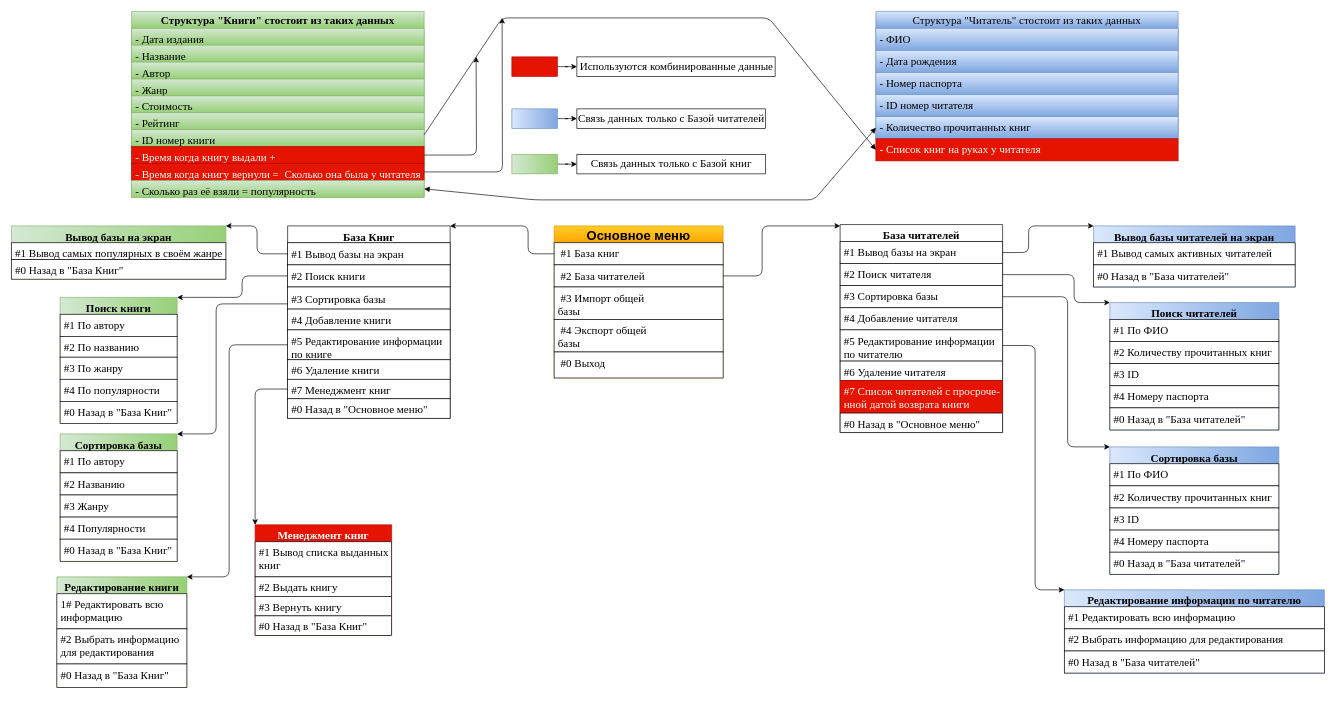
Earlier version of the draw.io diagram Application operation diagram.drawio (KvasAL/Digital-Library). Source tidied: cells renumbered, new cells numbered last; positions are measured from the earlier drawing's top-left corner, leaving out a move shared by most shapes. Both pictures are drawn from the tidied source at 65%, with x=0, y=0 at pixel (11, 11).
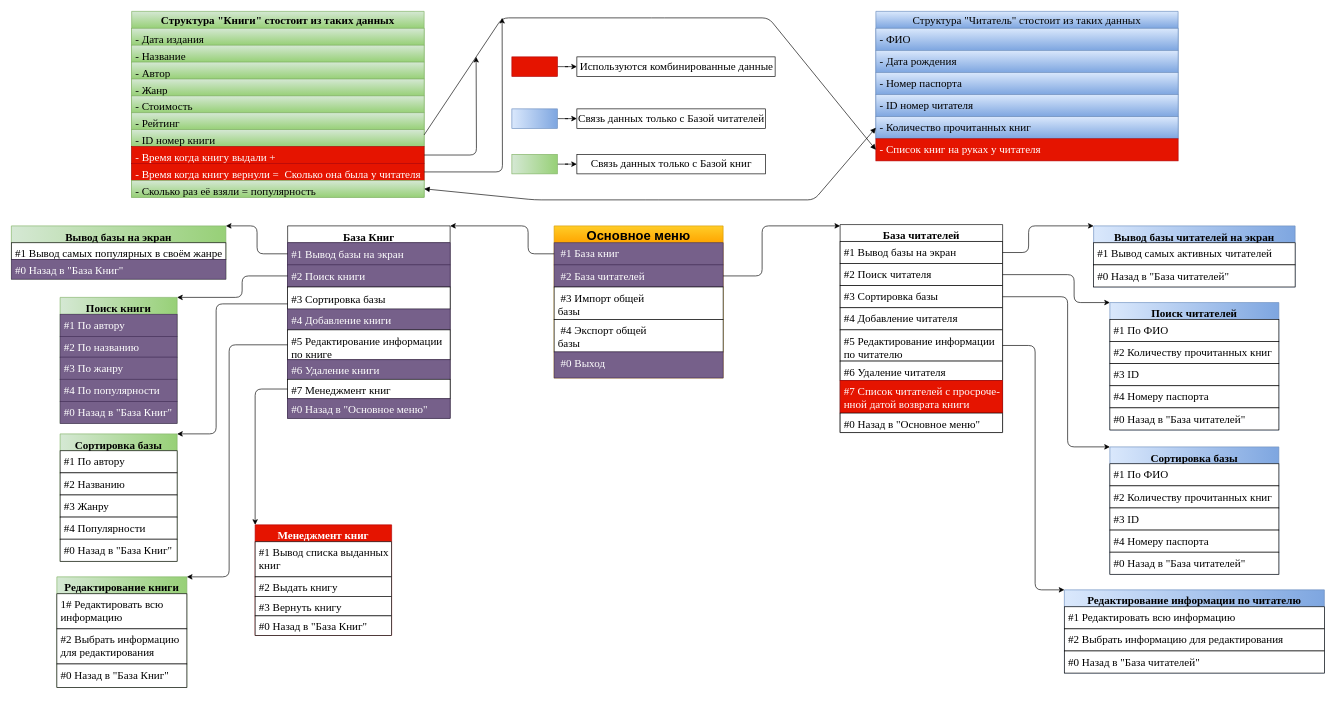
The same page after the edit.

The change refers to these unchanged cells:
```xml
<mxCell id="2" value="Основное меню" style="swimlane;fontStyle=1;horizontal=1;startSize=26;rounded=0;sketch=0;fontSize=20;fillColor=#ffcd28;gradientColor=#ffa500;strokeColor=#d79b00;" parent="1" vertex="1">
  <mxGeometry x="835" y="330" width="260" height="234" as="geometry" />
</mxCell>
<mxCell id="8" value="База Книг" style="swimlane;fontStyle=1;align=center;verticalAlign=top;horizontal=1;startSize=26;rounded=0;shadow=0;glass=0;sketch=0;fontFamily=Times New Roman;fontSize=17;strokeColor=default;strokeWidth=1;fillColor=default;gradientColor=none;gradientDirection=east;" parent="1" vertex="1">
  <mxGeometry x="425" y="330" width="250" height="296" as="geometry" />
</mxCell>
<mxCell id="17" value="Вывод базы на экран" style="swimlane;fontStyle=1;align=center;verticalAlign=top;horizontal=1;startSize=26;rounded=0;shadow=0;glass=0;sketch=0;fontFamily=Times New Roman;fontSize=17;strokeColor=#82b366;strokeWidth=1;fillColor=#d5e8d4;gradientDirection=east;gradientColor=#97d077;" parent="1" vertex="1">
  <mxGeometry y="330" width="330" height="82" as="geometry" />
</mxCell>
<mxCell id="20" value="Поиск книги" style="swimlane;fontStyle=1;align=center;verticalAlign=top;horizontal=1;startSize=26;rounded=0;shadow=0;glass=0;sketch=0;fontFamily=Times New Roman;fontSize=17;strokeColor=#82b366;strokeWidth=1;fillColor=#d5e8d4;gradientDirection=east;gradientColor=#97d077;" parent="1" vertex="1">
  <mxGeometry x="75" y="440" width="180" height="194" as="geometry" />
</mxCell>
```

Diff of the diagram source:
```diff
@@
-    <mxCell id="3" value=" #1 База книг" style="text;strokeColor=default;fillColor=default;align=left;verticalAlign=top;spacingLeft=4;spacingRight=4;overflow=hidden;points=[[0,0.5],[1,0.5]];portConstraint=eastwest;rounded=0;sketch=0;fontSize=17;fontFamily=Times New Roman;" parent="2" vertex="1">
+    <mxCell id="3" value=" #1 База книг" style="text;strokeColor=#432D57;fillColor=#76608a;align=left;verticalAlign=top;spacingLeft=4;spacingRight=4;overflow=hidden;points=[[0,0.5],[1,0.5]];portConstraint=eastwest;rounded=0;sketch=0;fontSize=17;fontFamily=Times New Roman;fontColor=#ffffff;" parent="2" vertex="1">
       <mxGeometry y="26" width="260" height="34" as="geometry" />
     </mxCell>
-    <mxCell id="4" value=" #2 База читателей" style="text;strokeColor=default;fillColor=default;align=left;verticalAlign=top;spacingLeft=4;spacingRight=4;overflow=hidden;points=[[0,0.5],[1,0.5]];portConstraint=eastwest;rounded=0;sketch=0;fontSize=17;fontFamily=Times New Roman;" parent="2" vertex="1">
+    <mxCell id="4" value=" #2 База читателей" style="text;strokeColor=#432D57;fillColor=#76608a;align=left;verticalAlign=top;spacingLeft=4;spacingRight=4;overflow=hidden;points=[[0,0.5],[1,0.5]];portConstraint=eastwest;rounded=0;sketch=0;fontSize=17;fontFamily=Times New Roman;fontColor=#ffffff;" parent="2" vertex="1">
       <mxGeometry y="60" width="260" height="34" as="geometry" />
     </mxCell>
@@
-    <mxCell id="7" value=" #0 Выход" style="text;align=left;verticalAlign=top;spacingLeft=4;spacingRight=4;overflow=hidden;rounded=0;sketch=0;fontSize=17;fontFamily=Times New Roman;strokeWidth=1;shadow=0;glass=0;fillColor=default;gradientColor=none;gradientDirection=east;strokeColor=default;" parent="2" vertex="1">
+    <mxCell id="7" value=" #0 Выход" style="text;align=left;verticalAlign=top;spacingLeft=4;spacingRight=4;overflow=hidden;rounded=0;sketch=0;fontSize=17;fontFamily=Times New Roman;strokeWidth=1;shadow=0;glass=0;fillColor=#76608a;gradientDirection=east;strokeColor=#432D57;fontColor=#ffffff;" parent="2" vertex="1">
       <mxGeometry y="194" width="260" height="40" as="geometry" />
     </mxCell>
@@
-    <mxCell id="9" value="#1 Вывод базы на экран" style="text;strokeColor=default;fillColor=default;align=left;verticalAlign=middle;spacingLeft=4;spacingRight=4;overflow=hidden;points=[[0,0.5],[1,0.5]];portConstraint=eastwest;rounded=0;shadow=0;glass=0;sketch=0;fontFamily=Times New Roman;fontSize=17;labelPosition=center;verticalLabelPosition=middle;" parent="8" vertex="1">
+    <mxCell id="9" value="#1 Вывод базы на экран" style="text;strokeColor=#432D57;fillColor=#76608a;align=left;verticalAlign=middle;spacingLeft=4;spacingRight=4;overflow=hidden;points=[[0,0.5],[1,0.5]];portConstraint=eastwest;rounded=0;shadow=0;glass=0;sketch=0;fontFamily=Times New Roman;fontSize=17;labelPosition=center;verticalLabelPosition=middle;fontColor=#ffffff;" parent="8" vertex="1">
       <mxGeometry y="26" width="250" height="34" as="geometry" />
     </mxCell>
-    <mxCell id="10" value="#2 Поиск книги" style="text;strokeColor=default;fillColor=default;align=left;verticalAlign=middle;spacingLeft=4;spacingRight=4;overflow=hidden;points=[[0,0.5],[1,0.5]];portConstraint=eastwest;rounded=0;shadow=0;glass=0;sketch=0;fontFamily=Times New Roman;fontSize=17;labelPosition=center;verticalLabelPosition=middle;" parent="8" vertex="1">
+    <mxCell id="10" value="#2 Поиск книги" style="text;strokeColor=#432D57;fillColor=#76608a;align=left;verticalAlign=middle;spacingLeft=4;spacingRight=4;overflow=hidden;points=[[0,0.5],[1,0.5]];portConstraint=eastwest;rounded=0;shadow=0;glass=0;sketch=0;fontFamily=Times New Roman;fontSize=17;labelPosition=center;verticalLabelPosition=middle;fontColor=#ffffff;" parent="8" vertex="1">
       <mxGeometry y="60" width="250" height="34" as="geometry" />
     </mxCell>
@@
-    <mxCell id="12" value="#4 Добавление книги" style="text;strokeColor=default;fillColor=default;align=left;verticalAlign=top;spacingLeft=4;spacingRight=4;overflow=hidden;rounded=0;shadow=0;glass=0;sketch=0;fontFamily=Times New Roman;fontSize=17;labelPosition=center;verticalLabelPosition=middle;" parent="8" vertex="1">
+    <mxCell id="12" value="#4 Добавление книги" style="text;align=left;verticalAlign=top;spacingLeft=4;spacingRight=4;overflow=hidden;rounded=0;shadow=0;glass=0;sketch=0;fontFamily=Times New Roman;fontSize=17;labelPosition=center;verticalLabelPosition=middle;fillColor=#76608a;fontColor=#ffffff;strokeColor=#432D57;" parent="8" vertex="1">
       <mxGeometry y="128" width="250" height="32" as="geometry" />
     </mxCell>
@@
-    <mxCell id="14" value="#6 Удаление книги" style="text;strokeColor=default;fillColor=default;align=left;verticalAlign=top;spacingLeft=4;spacingRight=4;overflow=hidden;rounded=0;shadow=0;glass=0;sketch=0;fontFamily=Times New Roman;fontSize=17;labelPosition=center;verticalLabelPosition=middle;" parent="8" vertex="1">
+    <mxCell id="14" value="#6 Удаление книги" style="text;strokeColor=#432D57;fillColor=#76608a;align=left;verticalAlign=top;spacingLeft=4;spacingRight=4;overflow=hidden;rounded=0;shadow=0;glass=0;sketch=0;fontFamily=Times New Roman;fontSize=17;labelPosition=center;verticalLabelPosition=middle;fontColor=#ffffff;" parent="8" vertex="1">
       <mxGeometry y="206" width="250" height="30" as="geometry" />
     </mxCell>
@@
-    <mxCell id="16" value="#0 Назад в &quot;Основное меню&quot;" style="text;strokeColor=default;fillColor=default;align=left;verticalAlign=top;spacingLeft=4;spacingRight=4;overflow=hidden;rounded=0;shadow=0;glass=0;sketch=0;fontFamily=Times New Roman;fontSize=17;labelPosition=center;verticalLabelPosition=middle;" parent="8" vertex="1">
+    <mxCell id="16" value="#0 Назад в &quot;Основное меню&quot;" style="text;strokeColor=#432D57;fillColor=#76608a;align=left;verticalAlign=top;spacingLeft=4;spacingRight=4;overflow=hidden;rounded=0;shadow=0;glass=0;sketch=0;fontFamily=Times New Roman;fontSize=17;labelPosition=center;verticalLabelPosition=middle;fontColor=#ffffff;" parent="8" vertex="1">
       <mxGeometry y="266" width="250" height="30" as="geometry" />
     </mxCell>
@@
-    <mxCell id="19" value="#0 Назад в &quot;База Книг&quot;" style="text;strokeColor=default;fillColor=default;align=left;verticalAlign=top;spacingLeft=4;spacingRight=4;overflow=hidden;rounded=0;shadow=0;glass=0;sketch=0;fontFamily=Times New Roman;fontSize=17;" parent="17" vertex="1">
+    <mxCell id="19" value="#0 Назад в &quot;База Книг&quot;" style="text;strokeColor=#432D57;fillColor=#76608a;align=left;verticalAlign=top;spacingLeft=4;spacingRight=4;overflow=hidden;rounded=0;shadow=0;glass=0;sketch=0;fontFamily=Times New Roman;fontSize=17;fontColor=#ffffff;" parent="17" vertex="1">
       <mxGeometry y="52" width="330" height="30" as="geometry" />
     </mxCell>
@@
-    <mxCell id="21" value="#1 По автору" style="text;strokeColor=default;fillColor=default;align=left;verticalAlign=top;spacingLeft=4;spacingRight=4;overflow=hidden;rounded=0;shadow=0;glass=0;sketch=0;fontFamily=Times New Roman;fontSize=17;" parent="20" vertex="1">
+    <mxCell id="21" value="#1 По автору" style="text;strokeColor=#432D57;fillColor=#76608a;align=left;verticalAlign=top;spacingLeft=4;spacingRight=4;overflow=hidden;rounded=0;shadow=0;glass=0;sketch=0;fontFamily=Times New Roman;fontSize=17;fontColor=#ffffff;" parent="20" vertex="1">
       <mxGeometry y="26" width="180" height="34" as="geometry" />
     </mxCell>
-    <mxCell id="22" value="#2 По названию" style="text;strokeColor=default;fillColor=default;align=left;verticalAlign=top;spacingLeft=4;spacingRight=4;overflow=hidden;rounded=0;shadow=0;glass=0;sketch=0;fontFamily=Times New Roman;fontSize=17;" parent="20" vertex="1">
+    <mxCell id="22" value="#2 По названию" style="text;strokeColor=#432D57;fillColor=#76608a;align=left;verticalAlign=top;spacingLeft=4;spacingRight=4;overflow=hidden;rounded=0;shadow=0;glass=0;sketch=0;fontFamily=Times New Roman;fontSize=17;fontColor=#ffffff;" parent="20" vertex="1">
       <mxGeometry y="60" width="180" height="32" as="geometry" />
     </mxCell>
-    <mxCell id="23" value="#3 По жанру" style="text;strokeColor=default;fillColor=default;align=left;verticalAlign=top;spacingLeft=4;spacingRight=4;overflow=hidden;rounded=0;shadow=0;glass=0;sketch=0;fontFamily=Times New Roman;fontSize=17;" parent="20" vertex="1">
+    <mxCell id="23" value="#3 По жанру" style="text;strokeColor=#432D57;fillColor=#76608a;align=left;verticalAlign=top;spacingLeft=4;spacingRight=4;overflow=hidden;rounded=0;shadow=0;glass=0;sketch=0;fontFamily=Times New Roman;fontSize=17;fontColor=#ffffff;" parent="20" vertex="1">
       <mxGeometry y="92" width="180" height="34" as="geometry" />
     </mxCell>
-    <mxCell id="24" value="#4 По популярности" style="text;strokeColor=default;fillColor=default;align=left;verticalAlign=top;spacingLeft=4;spacingRight=4;overflow=hidden;rounded=0;shadow=0;glass=0;sketch=0;fontFamily=Times New Roman;fontSize=17;" parent="20" vertex="1">
+    <mxCell id="24" value="#4 По популярности" style="text;strokeColor=#432D57;fillColor=#76608a;align=left;verticalAlign=top;spacingLeft=4;spacingRight=4;overflow=hidden;rounded=0;shadow=0;glass=0;sketch=0;fontFamily=Times New Roman;fontSize=17;fontColor=#ffffff;" parent="20" vertex="1">
       <mxGeometry y="126" width="180" height="34" as="geometry" />
     </mxCell>
-    <mxCell id="25" value="#0 Назад в &quot;База Книг&quot;" style="text;strokeColor=default;fillColor=default;align=left;verticalAlign=top;spacingLeft=4;spacingRight=4;overflow=hidden;rounded=0;shadow=0;glass=0;sketch=0;fontFamily=Times New Roman;fontSize=17;" parent="20" vertex="1">
+    <mxCell id="25" value="#0 Назад в &quot;База Книг&quot;" style="text;strokeColor=#432D57;fillColor=#76608a;align=left;verticalAlign=top;spacingLeft=4;spacingRight=4;overflow=hidden;rounded=0;shadow=0;glass=0;sketch=0;fontFamily=Times New Roman;fontSize=17;fontColor=#ffffff;" parent="20" vertex="1">
       <mxGeometry y="160" width="180" height="34" as="geometry" />
     </mxCell>
```
